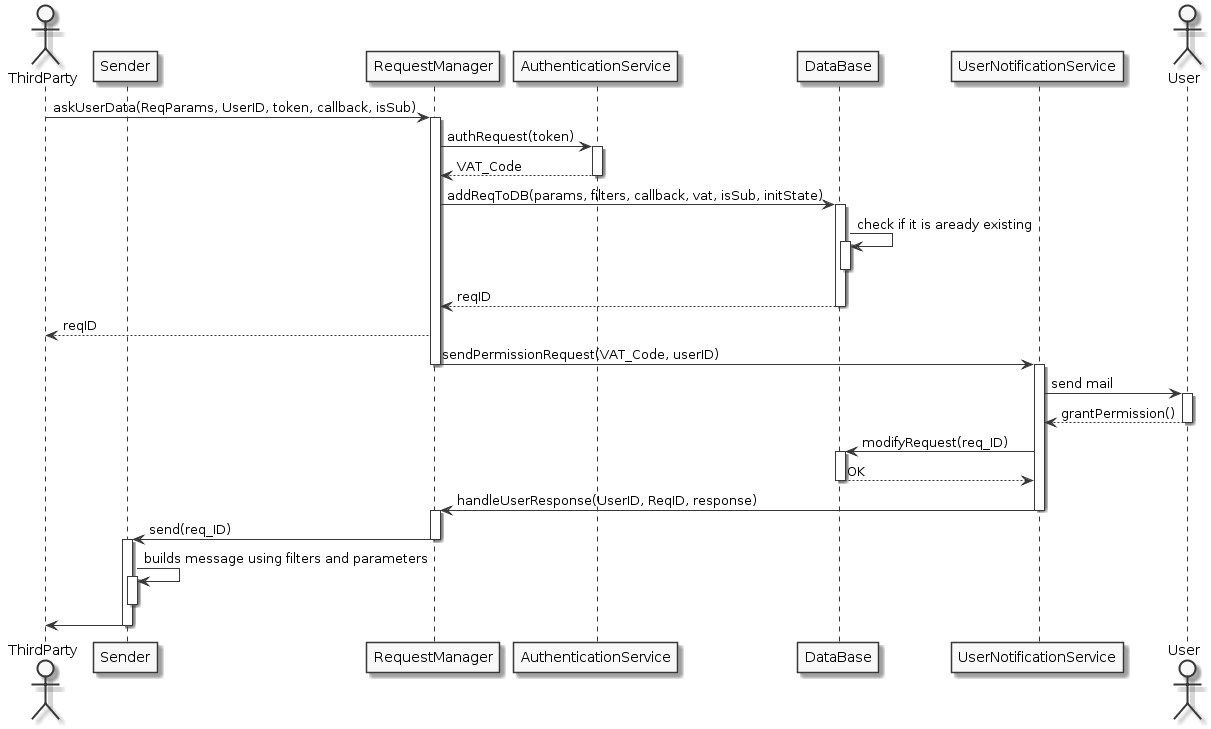
The PlantUML diagram DD/images/singleuser_seq.png in AlviseDeFaveri/BiscontiniDeFaveriGelli, before a commit. Source of this version:
```plantuml
@startuml
skinparam monochrome true

actor ThirdParty as TP
participant Sender as SND
participant RequestManager as REQ
participant AuthenticationService as AUTH
participant DataBase as DB
participant UserNotificationService as NOT
actor User

TP -> REQ : askUserData(ReqParams, UserID, token, callback, isSub)
activate REQ
REQ -> AUTH: authRequest(token)
activate AUTH
AUTH --> REQ: VAT_Code
deactivate AUTH
REQ -> DB : addReqToDB(params, filters, callback, vat, isSub, initState)
activate DB
DB -> DB: check if it is aready existing
activate DB
deactivate DB
DB --> REQ : reqID
deactivate DB
REQ --> TP : reqID
REQ -> NOT : sendPermissionRequest(VAT_Code, userID)
deactivate REQ
activate NOT
NOT -> User : send mail
activate User
User --> NOT : grantPermission()
deactivate User
NOT -> DB : modifyRequest(req_ID)
activate DB
DB --> NOT : OK
deactivate DB

NOT -> REQ : handleUserResponse(UserID, ReqID, response)
deactivate NOT
activate REQ

REQ -> SND : send(req_ID)
deactivate REQ
activate SND
SND -> SND : builds message using filters and parameters
activate SND
deactivate SND
SND -> TP
deactivate SND
@enduml
```
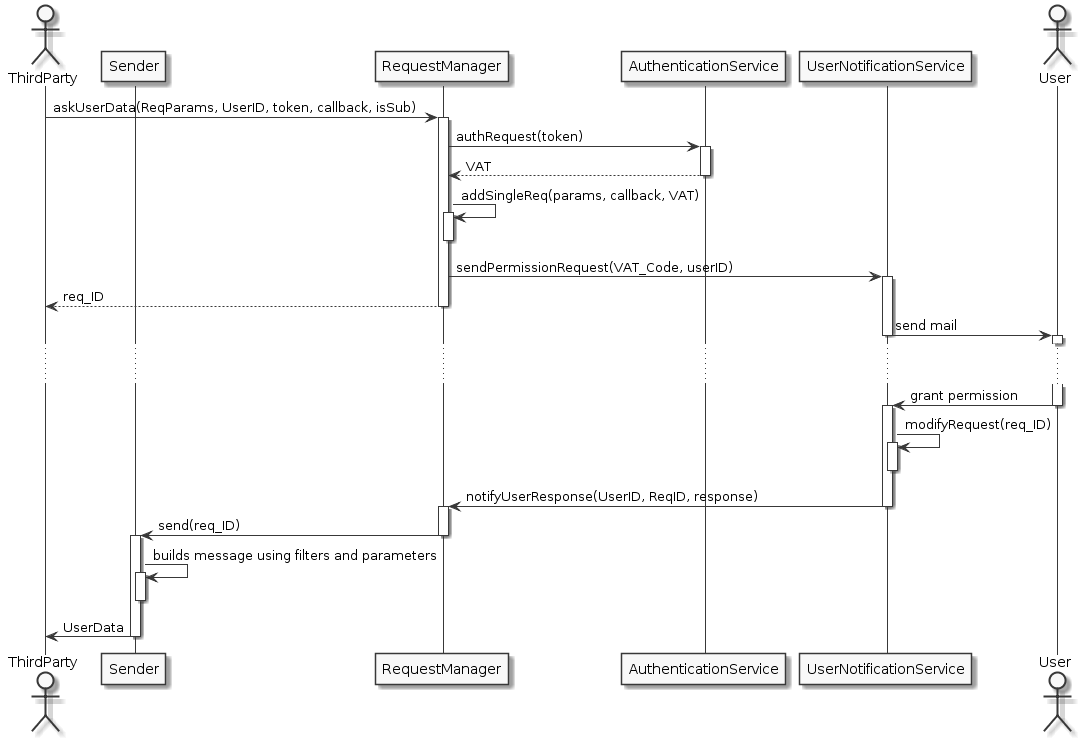
After the commit.

Diff of the diagram source:
```diff
@@ -5,7 +5,6 @@
 participant Sender as SND
 participant RequestManager as REQ
 participant AuthenticationService as AUTH
-participant DataBase as DB
 participant UserNotificationService as NOT
 actor User
 
@@ -13,29 +12,30 @@
 activate REQ
 REQ -> AUTH: authRequest(token)
 activate AUTH
-AUTH --> REQ: VAT_Code
+AUTH --> REQ: VAT
 deactivate AUTH
-REQ -> DB : addReqToDB(params, filters, callback, vat, isSub, initState)
-activate DB
-DB -> DB: check if it is aready existing
-activate DB
-deactivate DB
-DB --> REQ : reqID
-deactivate DB
-REQ --> TP : reqID
+REQ -> REQ : addSingleReq(params, callback, VAT)
+activate REQ
+deactivate REQ
 REQ -> NOT : sendPermissionRequest(VAT_Code, userID)
+activate NOT
+REQ --> TP : req_ID
 deactivate REQ
+NOT -> User : send mail
+deactivate NOT
+activate User
+
+... ...
+
+User -> NOT : grant permission
+deactivate User
 activate NOT
-NOT -> User : send mail
-activate User
-User --> NOT : grantPermission()
-deactivate User
-NOT -> DB : modifyRequest(req_ID)
-activate DB
-DB --> NOT : OK
-deactivate DB
 
-NOT -> REQ : handleUserResponse(UserID, ReqID, response)
+NOT -> NOT : modifyRequest(req_ID)
+activate NOT
+deactivate NOT
+
+NOT -> REQ : notifyUserResponse(UserID, ReqID, response)
 deactivate NOT
 activate REQ
 
@@ -45,6 +45,6 @@
 SND -> SND : builds message using filters and parameters
 activate SND
 deactivate SND
-SND -> TP
+SND -> TP: UserData
 deactivate SND
 @enduml
```
